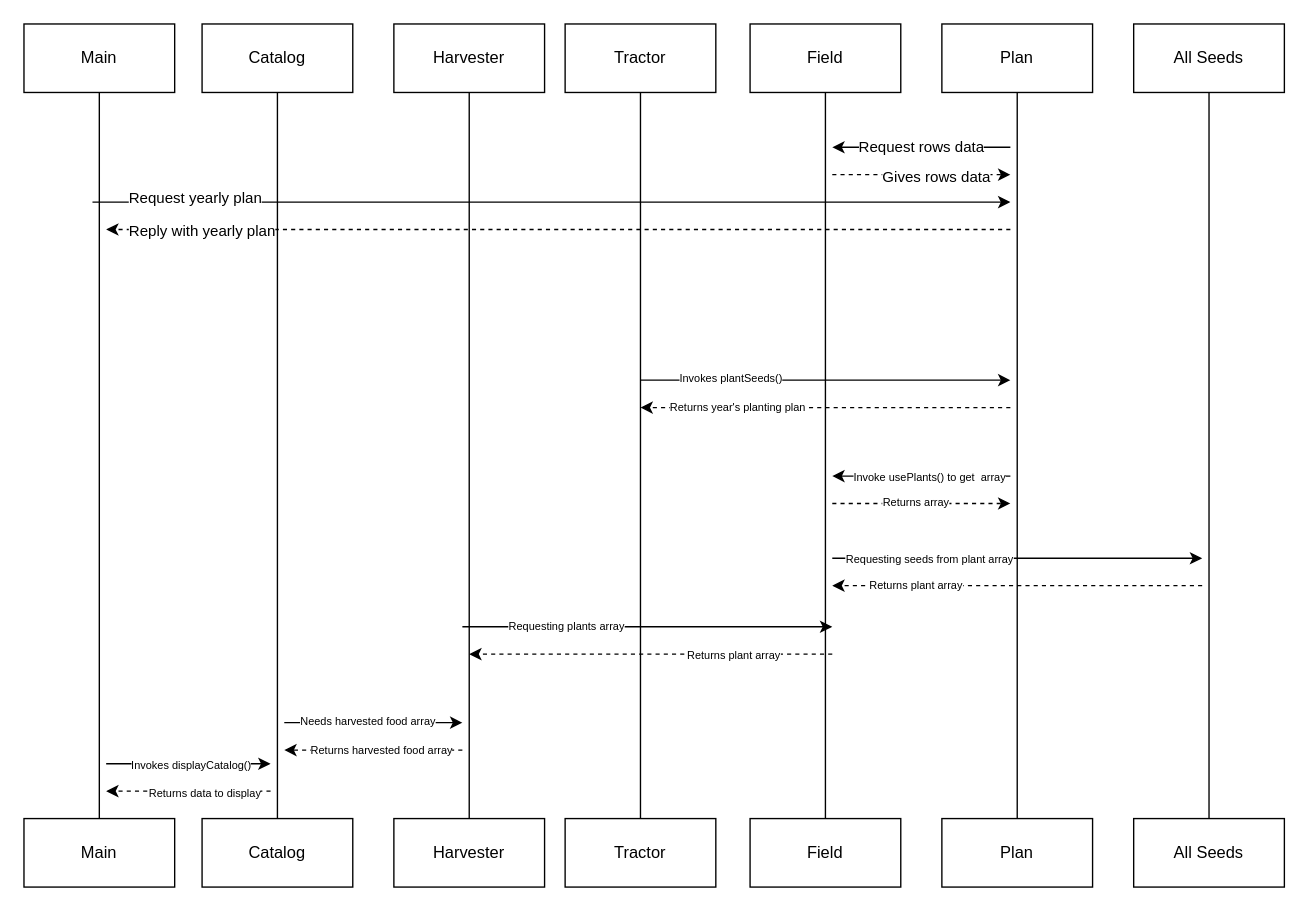
Earlier version of the draw.io diagram sequence diagram.drawio (nss-day-cohort-72/farm-just-the-tip-1). Source tidied: cells renumbered, new cells numbered last; positions are measured from the earlier drawing's top-left corner, leaving out a move shared by most shapes. Both pictures are drawn from the tidied source at 137%, with x=0, y=0 at pixel (23, 23).
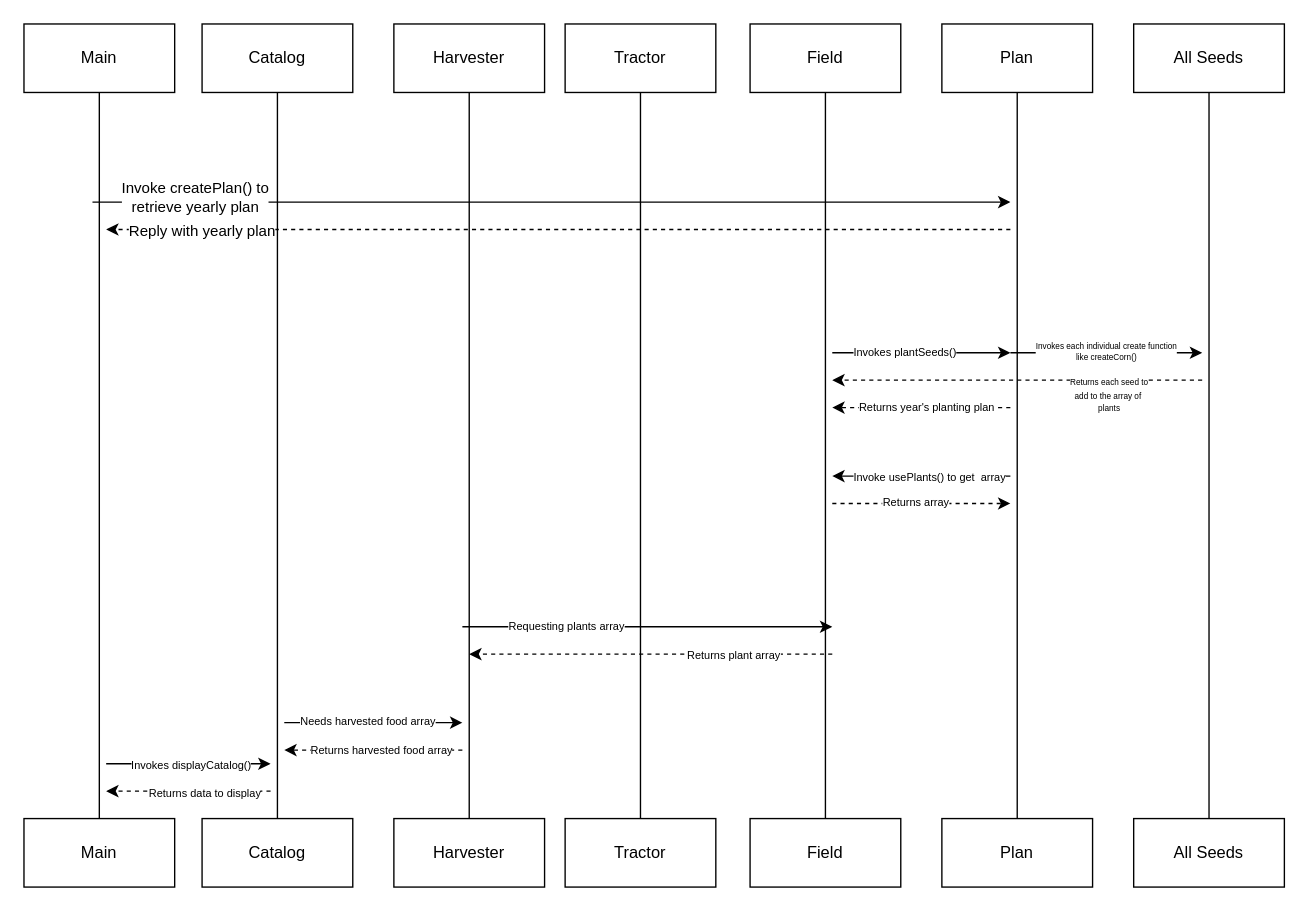
Above is the later version.

The change refers to these unchanged cells:
```xml
<mxCell id="23" style="edgeStyle=none;orthogonalLoop=1;jettySize=auto;html=1;endArrow=classic;endFill=1;" parent="1" edge="1">
  <mxGeometry relative="1" as="geometry">
    <mxPoint x="50" y="130" as="sourcePoint" />
    <mxPoint x="720" y="130" as="targetPoint" />
  </mxGeometry>
</mxCell>
```

What changed in the source:
```diff
@@
-    <mxCell id="24" value="Request yearly plan" style="edgeLabel;html=1;align=center;verticalAlign=middle;" parent="23" vertex="1">
+    <mxCell id="24" value="Invoke createPlan() to &lt;br&gt;retrieve yearly plan" style="edgeLabel;html=1;align=center;verticalAlign=middle;" parent="23" vertex="1">
       <mxGeometry x="-0.78" y="4" relative="1" as="geometry" />
     </mxCell>
@@
-    <mxCell id="27" value="Request rows data" style="edgeStyle=none;orthogonalLoop=1;jettySize=auto;html=1;endArrow=classic;endFill=1;" parent="1" edge="1">
-      <mxGeometry relative="1" as="geometry">
-        <mxPoint x="720" y="90" as="sourcePoint" />
-        <mxPoint x="590" y="90" as="targetPoint" />
-      </mxGeometry>
-    </mxCell>
-    <mxCell id="28" style="edgeStyle=none;orthogonalLoop=1;jettySize=auto;html=1;endArrow=classic;endFill=1;dashed=1;" parent="1" edge="1">
-      <mxGeometry relative="1" as="geometry">
-        <mxPoint x="590" y="110" as="sourcePoint" />
-        <mxPoint x="720" y="110" as="targetPoint" />
-      </mxGeometry>
-    </mxCell>
-    <mxCell id="29" value="Gives rows data" style="edgeLabel;html=1;align=center;verticalAlign=middle;" parent="28" vertex="1">
-      <mxGeometry x="0.15" y="-1" relative="1" as="geometry" />
-    </mxCell>
@@
-    <mxCell id="42" style="edgeStyle=none;orthogonalLoop=1;jettySize=auto;html=1;fontSize=8;endArrow=classic;endFill=1;" parent="1" edge="1">
-      <mxGeometry relative="1" as="geometry">
-        <mxPoint x="590" y="390" as="sourcePoint" />
-        <mxPoint x="860" y="390" as="targetPoint" />
-      </mxGeometry>
-    </mxCell>
-    <mxCell id="43" value="Requesting seeds from plant array" style="edgeLabel;html=1;align=center;verticalAlign=middle;fontSize=8;" parent="42" vertex="1">
-      <mxGeometry x="-0.34" relative="1" as="geometry">
-        <mxPoint x="-19" as="offset" />
-      </mxGeometry>
-    </mxCell>
-    <mxCell id="44" style="edgeStyle=none;orthogonalLoop=1;jettySize=auto;html=1;fontSize=8;endArrow=classic;endFill=1;dashed=1;" parent="1" edge="1">
-      <mxGeometry relative="1" as="geometry">
-        <mxPoint x="860" y="410" as="sourcePoint" />
-        <mxPoint x="590" y="410" as="targetPoint" />
-      </mxGeometry>
-    </mxCell>
-    <mxCell id="45" value="Returns plant array" style="edgeLabel;html=1;align=center;verticalAlign=middle;fontSize=8;" parent="44" vertex="1">
-      <mxGeometry x="0.78" y="-1" relative="1" as="geometry">
-        <mxPoint x="30" as="offset" />
-      </mxGeometry>
-    </mxCell>
@@
     <mxCell id="50" style="edgeStyle=none;orthogonalLoop=1;jettySize=auto;html=1;fontSize=8;endArrow=classic;endFill=1;" parent="1" edge="1">
       <mxGeometry relative="1" as="geometry">
-        <mxPoint x="450" y="260" as="sourcePoint" />
-        <mxPoint x="720" y="260" as="targetPoint" />
+        <mxPoint x="590" y="240" as="sourcePoint" />
+        <mxPoint x="720" y="240" as="targetPoint" />
       </mxGeometry>
     </mxCell>
     <mxCell id="51" value="Invokes plantSeeds()" style="edgeLabel;html=1;align=center;verticalAlign=middle;fontSize=8;" parent="50" vertex="1">
-      <mxGeometry x="-0.52" y="2" relative="1" as="geometry" />
+      <mxGeometry x="-0.2" y="1" relative="1" as="geometry" />
     </mxCell>
     <mxCell id="52" style="edgeStyle=none;orthogonalLoop=1;jettySize=auto;html=1;fontSize=8;endArrow=classic;endFill=1;dashed=1;" parent="1" edge="1">
       <mxGeometry relative="1" as="geometry">
         <mxPoint x="720" y="280" as="sourcePoint" />
-        <mxPoint x="450" y="280" as="targetPoint" />
+        <mxPoint x="590" y="280" as="targetPoint" />
       </mxGeometry>
     </mxCell>
     <mxCell id="53" value="Returns year's planting plan&amp;nbsp;" style="edgeLabel;html=1;align=center;verticalAlign=middle;fontSize=8;" parent="52" vertex="1">
       <mxGeometry x="0.63" y="-1" relative="1" as="geometry">
-        <mxPoint x="21" as="offset" />
+        <mxPoint x="45" as="offset" />
       </mxGeometry>
     </mxCell>
+    <mxCell id="54" style="edgeStyle=none;orthogonalLoop=1;jettySize=auto;html=1;fontSize=8;endArrow=classic;endFill=1;" parent="1" edge="1">
+      <mxGeometry relative="1" as="geometry">
+        <mxPoint x="720" y="240" as="sourcePoint" />
+        <mxPoint x="860" y="240" as="targetPoint" />
+      </mxGeometry>
+    </mxCell>
+    <mxCell id="55" value="Invokes each individual create function&lt;br&gt;like createCorn()" style="edgeLabel;html=1;align=center;verticalAlign=middle;fontSize=6;" parent="54" vertex="1">
+      <mxGeometry x="-0.21" y="1" relative="1" as="geometry">
+        <mxPoint x="14" as="offset" />
+      </mxGeometry>
+    </mxCell>
+    <mxCell id="56" style="edgeStyle=none;orthogonalLoop=1;jettySize=auto;html=1;fontSize=8;endArrow=classic;endFill=1;dashed=1;" parent="1" edge="1">
+      <mxGeometry relative="1" as="geometry">
+        <mxPoint x="860" y="260" as="sourcePoint" />
+        <mxPoint x="590" y="260" as="targetPoint" />
+      </mxGeometry>
+    </mxCell>
+    <mxCell id="57" value="&lt;font style=&quot;font-size: 6px;&quot;&gt;Returns each seed to&lt;br&gt;add to the array of&amp;nbsp;&lt;br&gt;plants&lt;/font&gt;" style="edgeLabel;html=1;align=center;verticalAlign=middle;fontSize=8;" parent="56" vertex="1">
+      <mxGeometry x="0.63" y="-1" relative="1" as="geometry">
+        <mxPoint x="151" y="11" as="offset" />
+      </mxGeometry>
+    </mxCell>
```
